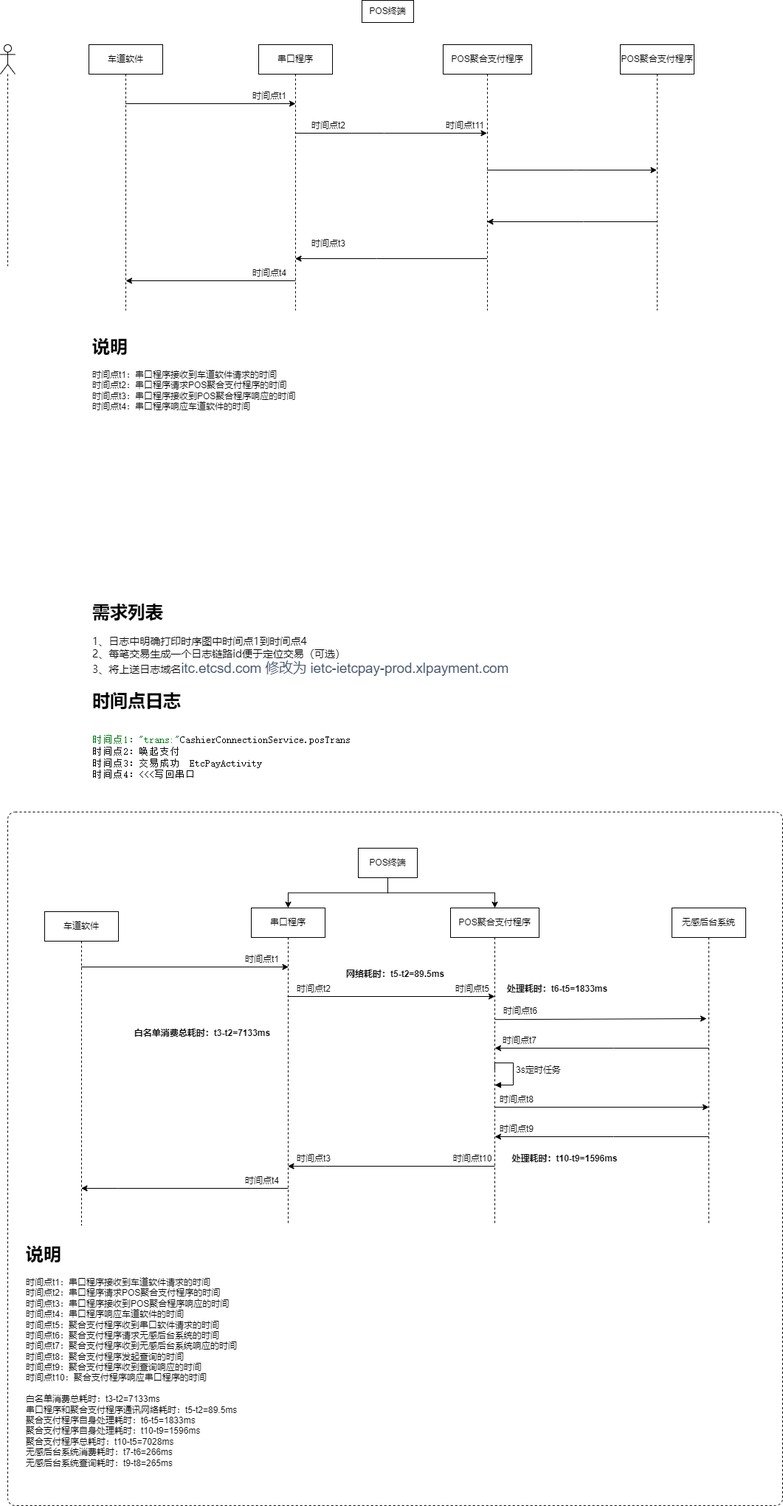
The draw.io diagram 无感支付1.png in songyibo2019/mydiagrams, before a commit. Source tidied: cells renumbered, new cells last; positions are measured from the earlier drawing's top-left corner, leaving out a move shared by most shapes.
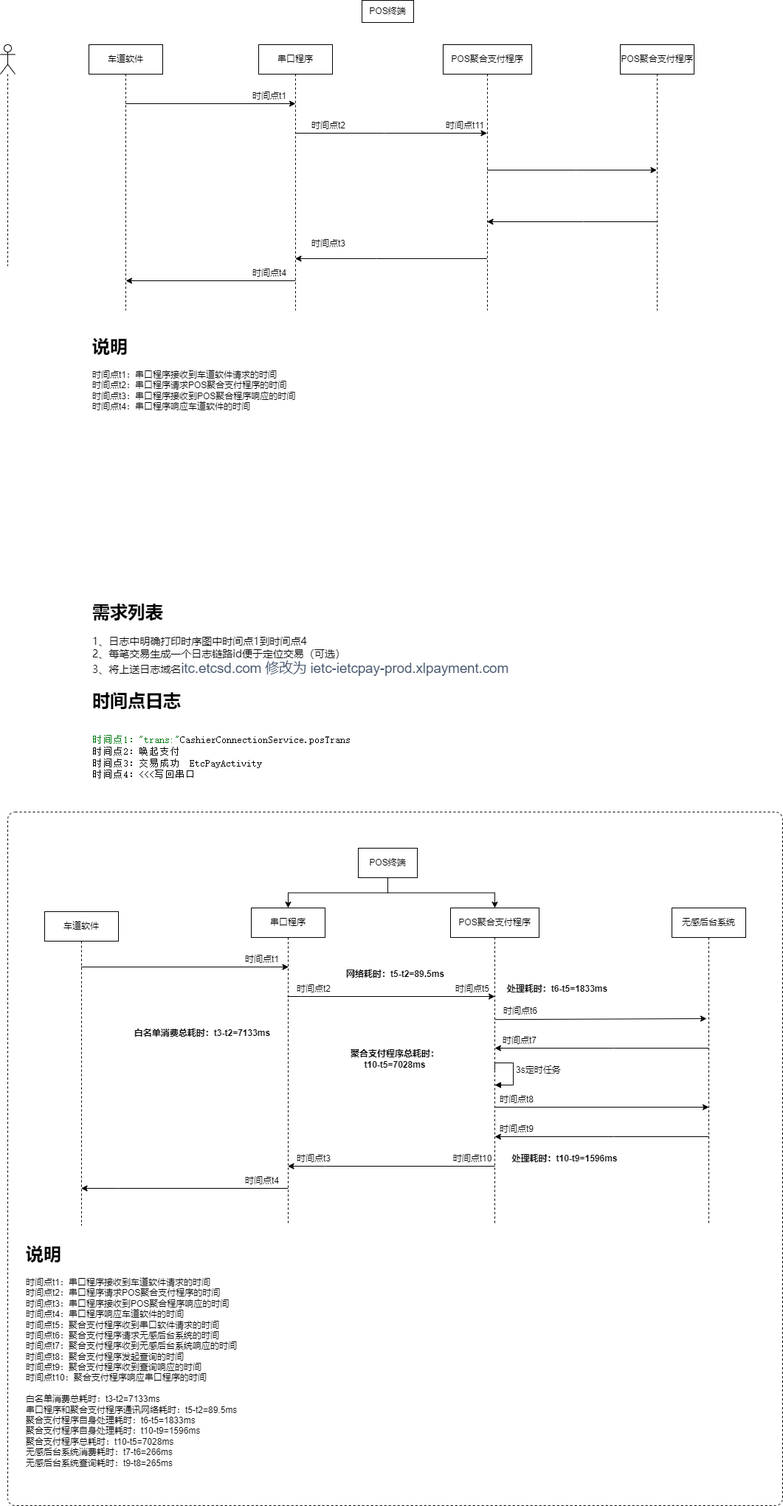
After the change.

Change to the diagram source:
```diff
@@ -234,5 +234,8 @@
     <mxCell id="53" value="&lt;b&gt;处理耗时：&lt;span style=&quot;background-color: initial;&quot;&gt;t10-t9=1596ms&lt;/span&gt;&lt;/b&gt;" style="text;html=1;strokeColor=none;fillColor=none;align=center;verticalAlign=middle;whiteSpace=wrap;rounded=0;" parent="1" vertex="1">
       <mxGeometry x="690" y="1560" width="150" height="20" as="geometry" />
     </mxCell>
+    <mxCell id="54" value="&lt;b&gt;聚合支付程序总耗时：t10-t5=7028ms&lt;/b&gt;" style="text;html=1;strokeColor=none;fillColor=none;align=center;verticalAlign=middle;whiteSpace=wrap;rounded=0;" parent="1" vertex="1">
+      <mxGeometry x="470" y="1420" width="130" height="30" as="geometry" />
+    </mxCell>
   </root>
 </mxGraphModel>
```
